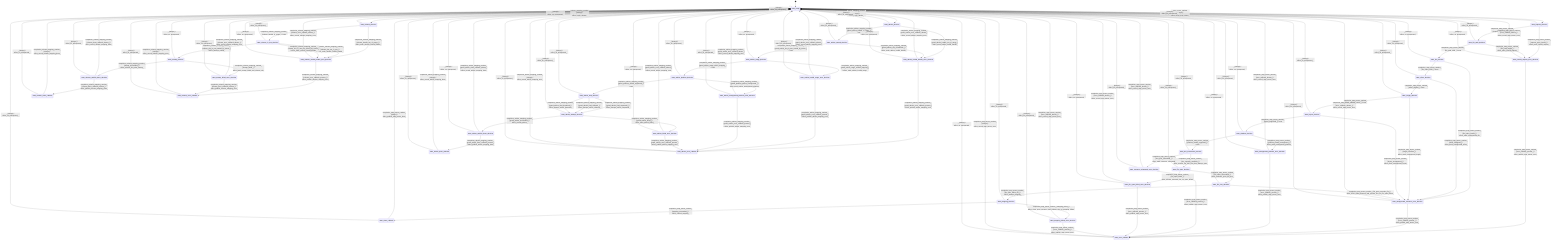
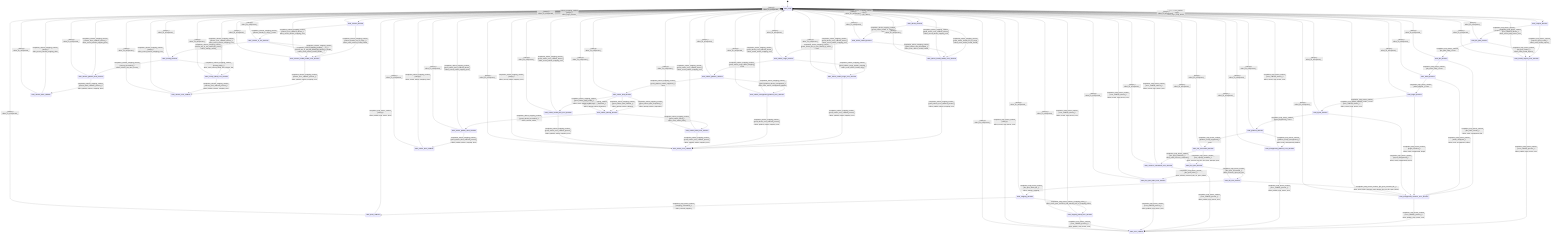
stateDiagram-v2
  direction TB
  [*] --> state_ready
  state_ready --> state_request_decision : map_tensor_runtime [always] / effect_begin_map_tensor_
  state_request_decision --> state_file_path_decision : completion_map_tensor_runtime_ [request_span_valid_] / none
  state_request_decision --> state_invalid_request_error_decision : completion_map_tensor_runtime_ [request_span_invalid_] / effect_mark_invalid_request_
  state_file_path_decision --> state_file_decision : completion_map_tensor_runtime_ [file_path_valid_] / none
  state_file_path_decision --> state_invalid_request_error_decision : completion_map_tensor_runtime_ [file_path_invalid_] / effect_mark_invalid_request_
  state_file_decision --> state_offset_decision : completion_map_tensor_runtime_ [file_index_valid_] / none
  state_file_decision --> state_unsupported_resource_error_decision : completion_map_tensor_runtime_ [file_index_invalid_] / effect_mark_unsupported_file_
  state_offset_decision --> state_length_decision : completion_map_tensor_runtime_ [offset_aligned_] / none
  state_offset_decision --> state_unsupported_resource_error_decision : completion_map_tensor_runtime_ [offset_unaligned_] / effect_mark_unsupported_offset_
  state_length_decision --> state_layout_decision : completion_map_tensor_runtime_ [length_within_bounds_] / none
  state_length_decision --> state_unsupported_resource_error_decision : completion_map_tensor_runtime_ [length_overflow_] / effect_mark_unsupported_length_
  state_layout_decision --> state_platform_decision : completion_map_tensor_runtime_ [layout_supported_] / none
  state_layout_decision --> state_unsupported_resource_error_decision : completion_map_tensor_runtime_ [layout_unsupported_] / effect_mark_unsupported_layout_
  state_platform_decision --> state_slot_reservation_decision : completion_map_tensor_runtime_ [platform_mmap_supported_] / none
  state_platform_decision --> state_unsupported_platform_error_decision : completion_map_tensor_runtime_ [platform_mmap_unsupported_] / effect_mark_unsupported_platform_
  state_slot_reservation_decision --> state_file_open_decision : completion_map_tensor_runtime_ [slot_capacity_available_] / effect_reserve_top_free_slot_then_attempt_open_
  state_slot_reservation_decision --> state_resource_exhausted_error_decision : completion_map_tensor_runtime_ [slot_pool_exhausted_] / effect_mark_resource_exhausted_
  state_file_open_decision --> state_file_size_decision : completion_map_tensor_runtime_ [file_open_succeeded_] / effect_measure_open_file_size_
  state_file_open_decision --> state_file_open_failed_error_decision : completion_map_tensor_runtime_ [file_open_failed_] / effect_release_reserved_slot_on_open_failure_
  state_file_size_decision --> state_mapping_decision : completion_map_tensor_runtime_ [file_span_within_file_] / effect_attempt_mapping_
  state_file_size_decision --> state_unsupported_resource_error_decision : completion_map_tensor_runtime_ [file_span_exceeds_file_] / effect_close_open_resource_and_release_slot_on_file_span_failure_
  state_mapping_decision --> state_done_callback : completion_map_tensor_runtime_ [mapping_succeeded_] / effect_commit_mapping_
  state_mapping_decision --> state_mapping_failed_error_decision : completion_map_tensor_runtime_ [mapping_failed_] / effect_close_open_resource_and_release_slot_on_mapping_failure_
  state_done_callback --> state_ready : completion_map_tensor_runtime_ [always] / effect_publish_map_tensor_done_
  state_invalid_request_error_decision --> state_error_callback : completion_map_tensor_runtime_ [error_callback_present_] / effect_publish_map_tensor_error_
  state_invalid_request_error_decision --> state_ready : completion_map_tensor_runtime_ [error_callback_absent_] / effect_record_map_tensor_error_
  state_unsupported_resource_error_decision --> state_error_callback : completion_map_tensor_runtime_ [error_callback_present_] / effect_publish_map_tensor_error_
  state_unsupported_resource_error_decision --> state_ready : completion_map_tensor_runtime_ [error_callback_absent_] / effect_record_map_tensor_error_
  state_unsupported_platform_error_decision --> state_error_callback : completion_map_tensor_runtime_ [error_callback_present_] / effect_publish_map_tensor_error_
  state_unsupported_platform_error_decision --> state_ready : completion_map_tensor_runtime_ [error_callback_absent_] / effect_record_map_tensor_error_
  state_resource_exhausted_error_decision --> state_error_callback : completion_map_tensor_runtime_ [error_callback_present_] / effect_publish_map_tensor_error_
  state_resource_exhausted_error_decision --> state_ready : completion_map_tensor_runtime_ [error_callback_absent_] / effect_record_map_tensor_error_
  state_file_open_failed_error_decision --> state_error_callback : completion_map_tensor_runtime_ [error_callback_present_] / effect_publish_map_tensor_error_
  state_file_open_failed_error_decision --> state_ready : completion_map_tensor_runtime_ [error_callback_absent_] / effect_record_map_tensor_error_
  state_mapping_failed_error_decision --> state_error_callback : completion_map_tensor_runtime_ [error_callback_present_] / effect_publish_map_tensor_error_
  state_mapping_failed_error_decision --> state_ready : completion_map_tensor_runtime_ [error_callback_absent_] / effect_record_map_tensor_error_
  state_error_callback --> state_ready : completion_map_tensor_runtime_ [always] / effect_record_map_tensor_error_
  state_ready --> state_release_decision : release_mapping_runtime [always] / effect_begin_release_
  state_release_decision --> state_release_in_use_decision : completion_release_mapping_runtime_ [release_handle_in_range_] / none
  state_release_decision --> state_release_invalid_handle_error_decision : completion_release_mapping_runtime_ [release_handle_out_of_range_] / effect_mark_release_invalid_handle_
  state_release_in_use_decision --> state_unmap_decision : completion_release_mapping_runtime_ [release_slot_in_use_owned_by_tensor_] / effect_attempt_unmap_
  state_release_in_use_decision --> state_release_invalid_handle_error_decision : completion_release_mapping_runtime_ [release_slot_not_in_use_] / effect_mark_release_invalid_handle_
  state_release_in_use_decision --> state_release_invalid_handle_error_decision : completion_release_mapping_runtime_ [release_slot_in_use_not_owned_by_tensor_] / effect_mark_release_invalid_handle_
  state_unmap_decision --> state_release_publish_done_decision : completion_release_mapping_runtime_ [unmap_succeeded_] / effect_release_slot_after_unmap_
  state_unmap_decision --> state_unmap_failed_error_decision : completion_release_mapping_runtime_ [unmap_failed_] / effect_mark_unmap_failed_and_release_slot_
  state_release_publish_done_decision --> state_release_done_callback : completion_release_mapping_runtime_ [release_done_callback_present_] / effect_publish_release_mapping_done_
  state_release_publish_done_decision --> state_ready : completion_release_mapping_runtime_ [release_done_callback_absent_] / effect_record_release_mapping_done_
  state_release_done_callback --> state_ready : completion_release_mapping_runtime_ [always] / effect_record_release_mapping_done_
  state_release_invalid_handle_error_decision --> state_release_error_callback : completion_release_mapping_runtime_ [release_error_callback_present_] / effect_publish_release_mapping_error_
  state_release_invalid_handle_error_decision --> state_ready : completion_release_mapping_runtime_ [release_error_callback_absent_] / effect_record_release_mapping_error_
  state_unmap_failed_error_decision --> state_release_error_callback : completion_release_mapping_runtime_ [release_error_callback_present_] / effect_publish_release_mapping_error_
  state_unmap_failed_error_decision --> state_ready : completion_release_mapping_runtime_ [release_error_callback_absent_] / effect_record_release_mapping_error_
  state_release_error_callback --> state_ready : completion_release_mapping_runtime_ [always] / effect_record_release_mapping_error_
  state_ready --> state_advise_decision : advise_mapping_runtime [always] / effect_begin_advise_
  state_advise_decision --> state_advise_owned_decision : completion_advise_mapping_runtime_ [guard_advise_handle_in_range_] / none
  state_advise_decision --> state_advise_invalid_handle_error_decision : completion_advise_mapping_runtime_ [guard_advise_handle_out_of_range_] / effect_mark_advise_invalid_handle_
  state_advise_owned_decision --> state_advise_range_decision : completion_advise_mapping_runtime_ [guard_advise_slot_in_use_owned_by_tensor_] / none
  state_advise_owned_decision --> state_advise_invalid_handle_error_decision : completion_advise_mapping_runtime_ [guard_advise_slot_unavailable_] / effect_mark_advise_invalid_handle_
  state_advise_range_decision --> state_advise_platform_decision : completion_advise_mapping_runtime_ [guard_advise_range_within_mapping_] / none
  state_advise_range_decision --> state_advise_invalid_range_error_decision : completion_advise_mapping_runtime_ [guard_advise_range_outside_mapping_] / effect_mark_advise_invalid_range_
  state_advise_platform_decision --> state_advise_kind_decision : completion_advise_mapping_runtime_ [guard_platform_advise_supported_] / none
  state_advise_platform_decision --> state_advise_unsupported_platform_error_decision : completion_advise_mapping_runtime_ [guard_platform_advise_unsupported_] / effect_mark_advise_unsupported_platform_
  state_advise_kind_decision --> state_advise_attempt_decision : completion_advise_mapping_runtime_ [guard_advise_kind_sequential_] / effect_attempt_advise_sequential_
  state_advise_kind_decision --> state_advise_attempt_decision : completion_advise_mapping_runtime_ [guard_advise_kind_willneed_] / effect_attempt_advise_willneed_
  state_advise_kind_decision --> state_advise_attempt_decision : completion_advise_mapping_runtime_ [guard_advise_kind_dontneed_] / effect_attempt_advise_dontneed_
+   state_advise_kind_decision --> state_advise_invalid_kind_error_decision : completion_advise_mapping_runtime_ [guard_advise_kind_invalid_] / effect_mark_advise_invalid_kind_
  state_advise_attempt_decision --> state_advise_publish_done_decision : completion_advise_mapping_runtime_ [guard_advise_succeeded_] / effect_commit_advise_
  state_advise_attempt_decision --> state_advise_failed_error_decision : completion_advise_mapping_runtime_ [guard_advise_failed_] / effect_mark_advise_failed_
  state_advise_publish_done_decision --> state_advise_done_callback : completion_advise_mapping_runtime_ [guard_advise_done_callback_present_] / effect_publish_advise_mapping_done_
  state_advise_publish_done_decision --> state_ready : completion_advise_mapping_runtime_ [guard_advise_done_callback_absent_] / effect_record_advise_mapping_done_
  state_advise_done_callback --> state_ready : completion_advise_mapping_runtime_ [always] / effect_record_advise_mapping_done_
  state_advise_invalid_handle_error_decision --> state_advise_error_callback : completion_advise_mapping_runtime_ [guard_advise_error_callback_present_] / effect_publish_advise_mapping_error_
  state_advise_invalid_handle_error_decision --> state_ready : completion_advise_mapping_runtime_ [guard_advise_error_callback_absent_] / effect_record_advise_mapping_error_
  state_advise_invalid_range_error_decision --> state_advise_error_callback : completion_advise_mapping_runtime_ [guard_advise_error_callback_present_] / effect_publish_advise_mapping_error_
  state_advise_invalid_range_error_decision --> state_ready : completion_advise_mapping_runtime_ [guard_advise_error_callback_absent_] / effect_record_advise_mapping_error_
  state_advise_unsupported_platform_error_decision --> state_advise_error_callback : completion_advise_mapping_runtime_ [guard_advise_error_callback_present_] / effect_publish_advise_mapping_error_
  state_advise_unsupported_platform_error_decision --> state_ready : completion_advise_mapping_runtime_ [guard_advise_error_callback_absent_] / effect_record_advise_mapping_error_
  state_advise_failed_error_decision --> state_advise_error_callback : completion_advise_mapping_runtime_ [guard_advise_error_callback_present_] / effect_publish_advise_mapping_error_
  state_advise_failed_error_decision --> state_ready : completion_advise_mapping_runtime_ [guard_advise_error_callback_absent_] / effect_record_advise_mapping_error_
+   state_advise_invalid_kind_error_decision --> state_advise_error_callback : completion_advise_mapping_runtime_ [guard_advise_error_callback_present_] / effect_publish_advise_mapping_error_
+   state_advise_invalid_kind_error_decision --> state_ready : completion_advise_mapping_runtime_ [guard_advise_error_callback_absent_] / effect_record_advise_mapping_error_
  state_advise_error_callback --> state_ready : completion_advise_mapping_runtime_ [always] / effect_record_advise_mapping_error_
  state_ready --> state_ready : _ [always] / effect_on_unexpected_
  state_request_decision --> state_ready : _ [always] / effect_on_unexpected_
  state_file_path_decision --> state_ready : _ [always] / effect_on_unexpected_
  state_file_decision --> state_ready : _ [always] / effect_on_unexpected_
  state_offset_decision --> state_ready : _ [always] / effect_on_unexpected_
  state_length_decision --> state_ready : _ [always] / effect_on_unexpected_
  state_layout_decision --> state_ready : _ [always] / effect_on_unexpected_
  state_platform_decision --> state_ready : _ [always] / effect_on_unexpected_
  state_slot_reservation_decision --> state_ready : _ [always] / effect_on_unexpected_
  state_file_open_decision --> state_ready : _ [always] / effect_on_unexpected_
  state_file_size_decision --> state_ready : _ [always] / effect_on_unexpected_
  state_mapping_decision --> state_ready : _ [always] / effect_on_unexpected_
  state_done_callback --> state_ready : _ [always] / effect_on_unexpected_
  state_invalid_request_error_decision --> state_ready : _ [always] / effect_on_unexpected_
  state_unsupported_resource_error_decision --> state_ready : _ [always] / effect_on_unexpected_
  state_unsupported_platform_error_decision --> state_ready : _ [always] / effect_on_unexpected_
  state_resource_exhausted_error_decision --> state_ready : _ [always] / effect_on_unexpected_
  state_file_open_failed_error_decision --> state_ready : _ [always] / effect_on_unexpected_
  state_mapping_failed_error_decision --> state_ready : _ [always] / effect_on_unexpected_
  state_error_callback --> state_ready : _ [always] / effect_on_unexpected_
  state_release_decision --> state_ready : _ [always] / effect_on_unexpected_
  state_release_in_use_decision --> state_ready : _ [always] / effect_on_unexpected_
  state_unmap_decision --> state_ready : _ [always] / effect_on_unexpected_
  state_release_publish_done_decision --> state_ready : _ [always] / effect_on_unexpected_
  state_release_done_callback --> state_ready : _ [always] / effect_on_unexpected_
  state_release_invalid_handle_error_decision --> state_ready : _ [always] / effect_on_unexpected_
  state_unmap_failed_error_decision --> state_ready : _ [always] / effect_on_unexpected_
  state_release_error_callback --> state_ready : _ [always] / effect_on_unexpected_
  state_advise_decision --> state_ready : _ [always] / effect_on_unexpected_
  state_advise_owned_decision --> state_ready : _ [always] / effect_on_unexpected_
  state_advise_range_decision --> state_ready : _ [always] / effect_on_unexpected_
  state_advise_platform_decision --> state_ready : _ [always] / effect_on_unexpected_
  state_advise_kind_decision --> state_ready : _ [always] / effect_on_unexpected_
  state_advise_attempt_decision --> state_ready : _ [always] / effect_on_unexpected_
  state_advise_publish_done_decision --> state_ready : _ [always] / effect_on_unexpected_
  state_advise_done_callback --> state_ready : _ [always] / effect_on_unexpected_
  state_advise_invalid_handle_error_decision --> state_ready : _ [always] / effect_on_unexpected_
  state_advise_invalid_range_error_decision --> state_ready : _ [always] / effect_on_unexpected_
+   state_advise_invalid_kind_error_decision --> state_ready : _ [always] / effect_on_unexpected_
  state_advise_unsupported_platform_error_decision --> state_ready : _ [always] / effect_on_unexpected_
  state_advise_failed_error_decision --> state_ready : _ [always] / effect_on_unexpected_
  state_advise_error_callback --> state_ready : _ [always] / effect_on_unexpected_
